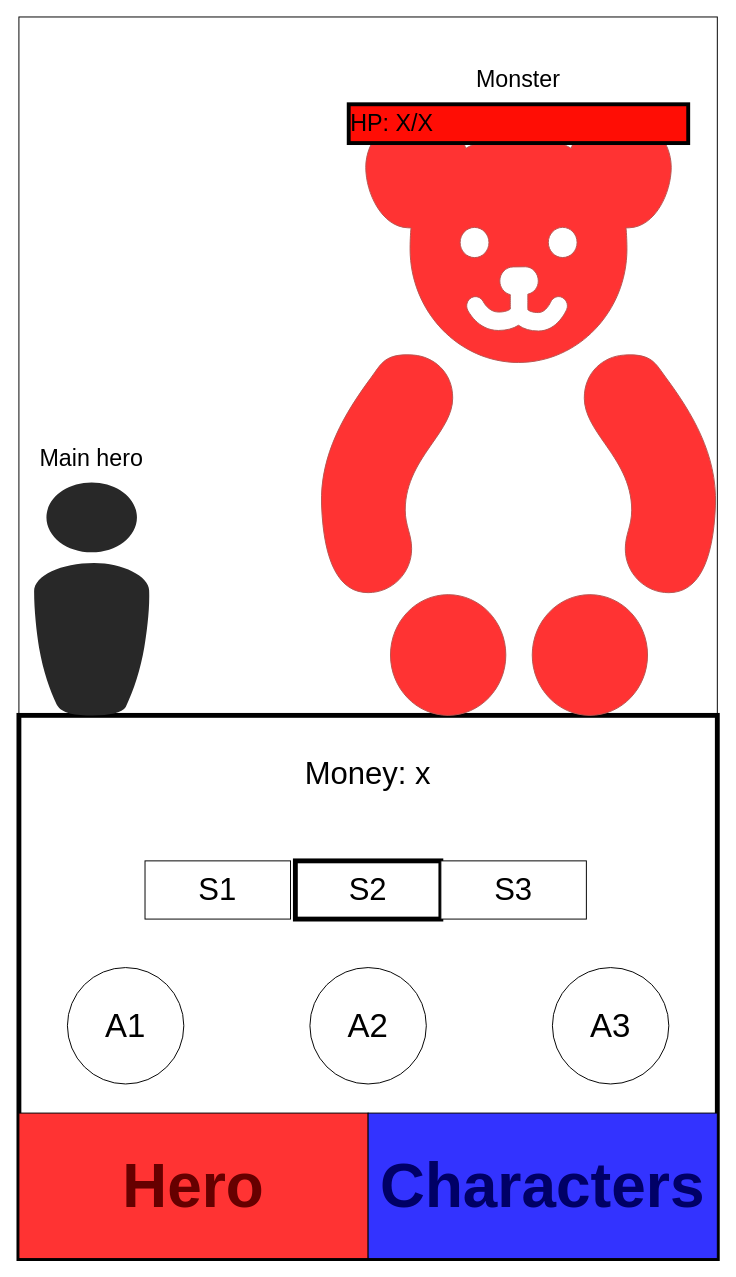
Earlier version of the draw.io diagram Documentation/MainMenu.drawio (mat414748/MobileProject). Source tidied: cells renumbered, new cells numbered last; positions are measured from the earlier drawing's top-left corner, leaving out a move shared by most shapes. Both pictures are drawn from the tidied source at 97%, with x=0, y=0 at pixel (18, 16).
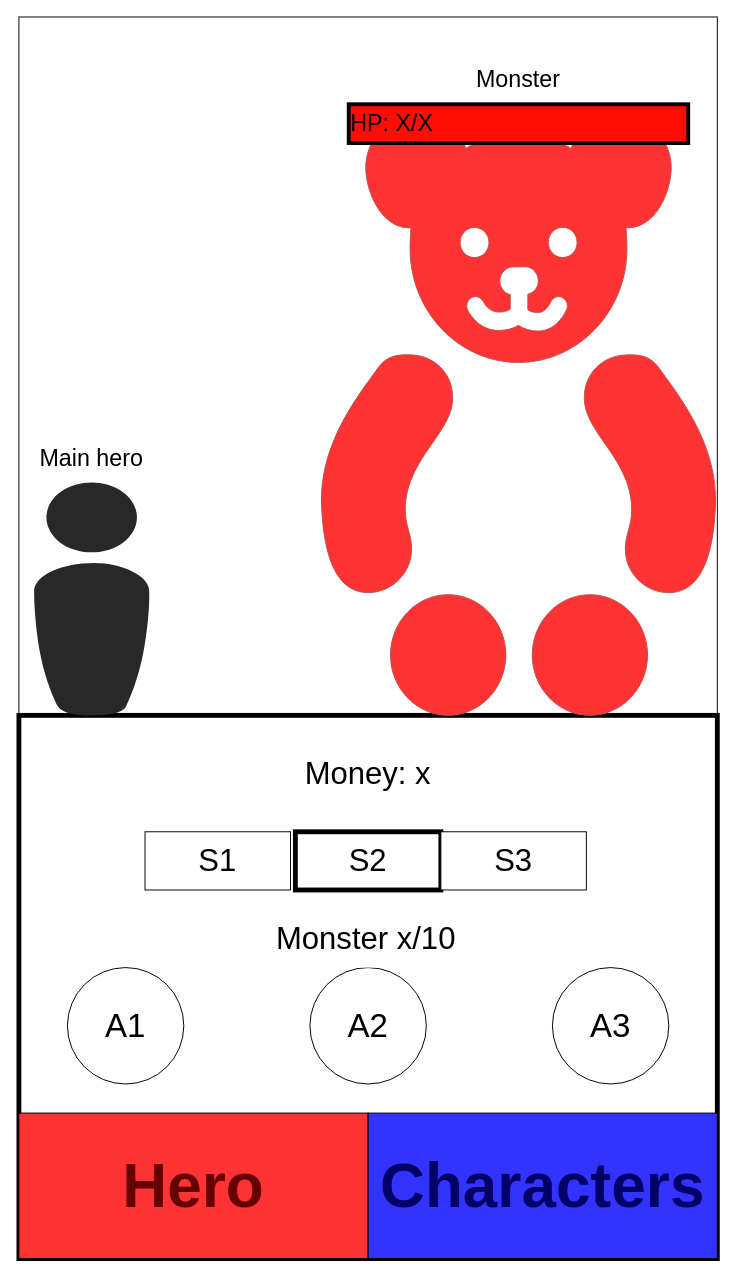
Above is the later version.

What changed in the source:
```diff
@@
     <mxCell id="17" style="group;" parent="1" vertex="1">
-      <mxGeometry x="130" y="870" width="455" height="60" as="geometry" />
+      <mxGeometry x="130" y="840" width="455" height="60" as="geometry" />
     </mxCell>
@@
+    <mxCell id="21" value="Monster x/10" style="rounded=0;whiteSpace=wrap;html=1;fontSize=32;strokeColor=none;" parent="1" vertex="1">
+      <mxGeometry x="232.5" y="920" width="250" height="60" as="geometry" />
+    </mxCell>
```
